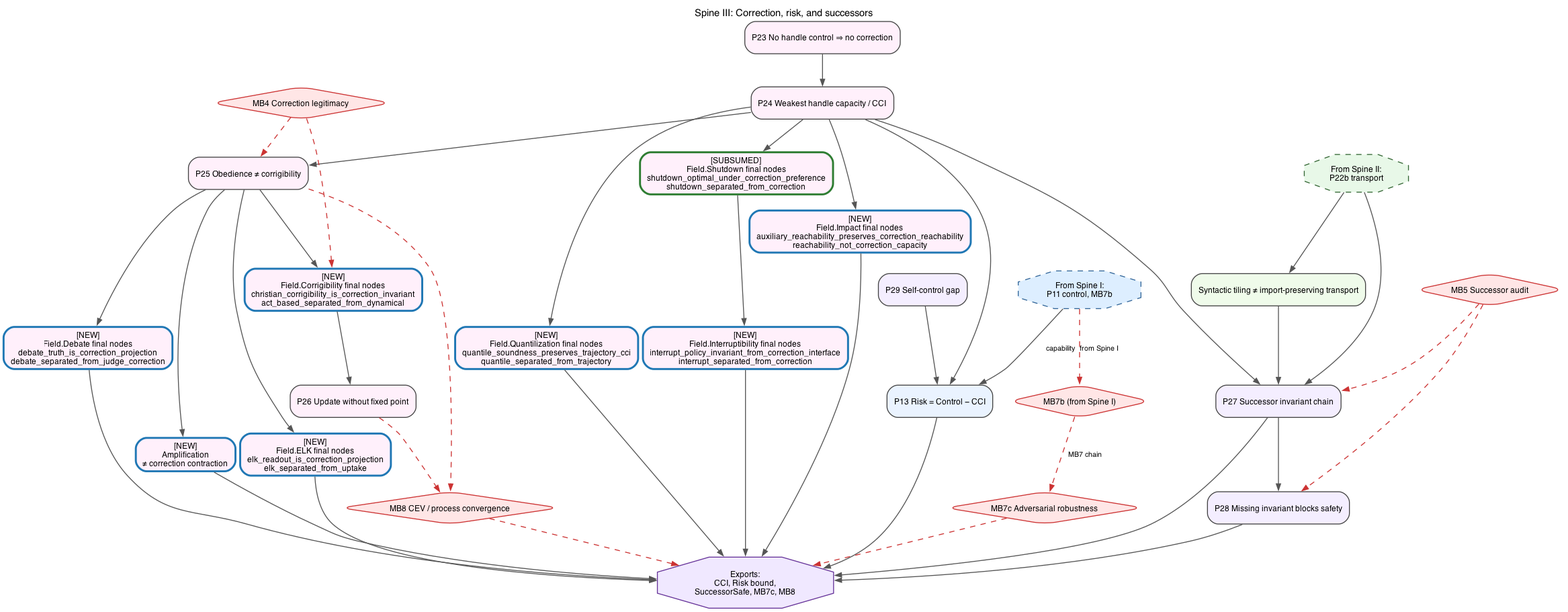
Before: figures/lean_proof/03-correction-successors.png, a diagram exported from Graphviz (GunnarZarncke/towards-asi-alignment). Its source is kept beside it as context/lean_proof_graphs/03-correction-successors.dot.
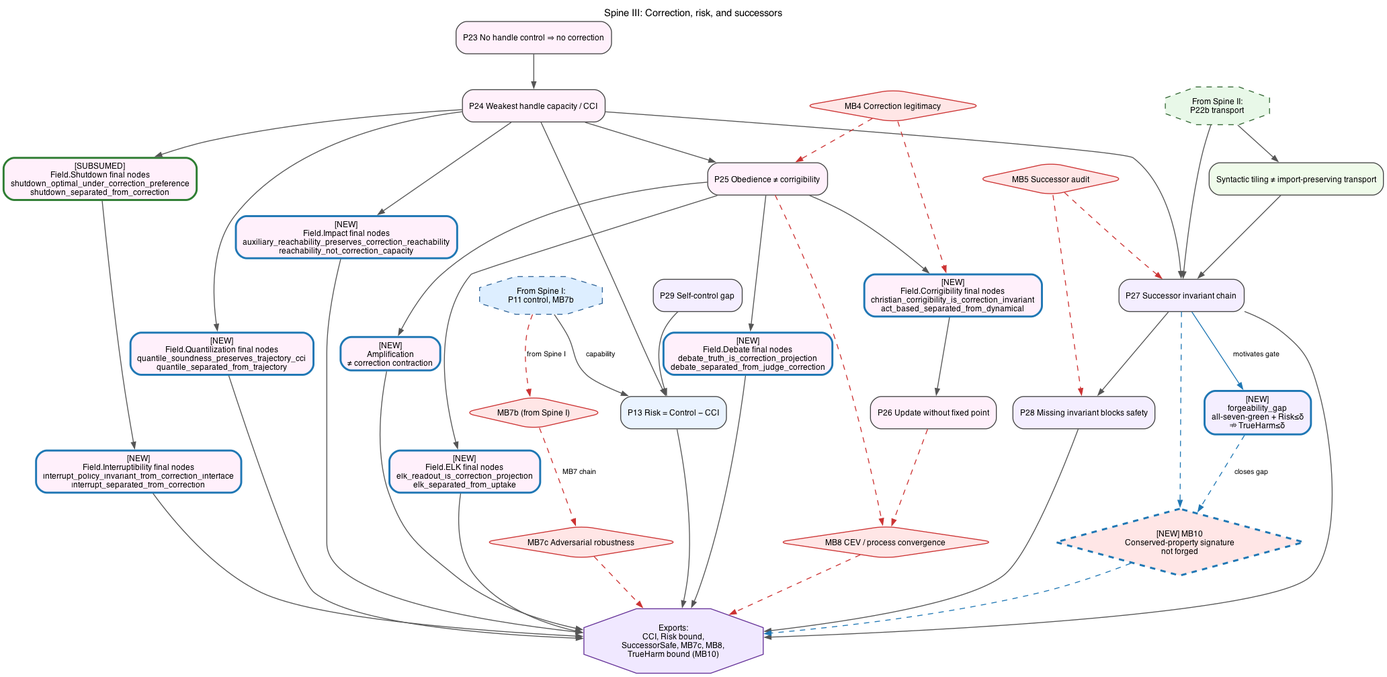
The same file after the commit.

Change to the diagram source:
```diff
@@ -29,12 +29,14 @@
   P27 [label="P27 Successor invariant chain", fillcolor="#F4EEFF"];
   P28 [label="P28 Missing invariant blocks safety", fillcolor="#F4EEFF"];
   P22T [label="Syntactic tiling ≠ import-preserving transport", fillcolor="#EFFBEA"];
+  PFORGE [label="[NEW]\nforgeability_gap\nall-seven-green + Risk≤δ\n⇏ TrueHarm≤δ", fillcolor="#F4EEFF", color="#1F77B4", penwidth=2.2];
 
   MB4 [shape=diamond, fillcolor="#FFE6E6", color="#CC3333", label="MB4 Correction legitimacy"];
   MB5 [shape=diamond, fillcolor="#FFE6E6", color="#CC3333", label="MB5 Successor audit"];
   MB7b [shape=diamond, fillcolor="#FFE6E6", color="#CC3333", label="MB7b (from Spine I)"];
   MB7c [shape=diamond, fillcolor="#FFE6E6", color="#CC3333", label="MB7c Adversarial robustness"];
   MB8 [shape=diamond, fillcolor="#FFE6E6", color="#CC3333", label="MB8 CEV / process convergence"];
+  MB10 [shape=diamond, style="filled,dashed", fillcolor="#FFE6E6", color="#1F77B4", penwidth=2.2, label="[NEW] MB10\nConserved-property signature\nnot forged"];
 
   IN_VB [shape=octagon, style="filled,dashed", fillcolor="#E8F8E8", color="#336633",
          label="From Spine II:\nP22b transport"];
@@ -42,7 +44,7 @@
           label="From Spine I:\nP11 control, MB7b"];
 
   OUT [shape=octagon, style="filled", fillcolor="#F0E8FF", color="#663399",
-       label="Exports:\nCCI, Risk bound,\nSuccessorSafe, MB7c, MB8"];
+       label="Exports:\nCCI, Risk bound,\nSuccessorSafe, MB7c, MB8,\nTrueHarm bound (MB10)"];
 
   IN_VB -> P22T -> P27;
   IN_VB -> P27;
@@ -66,6 +68,11 @@
   P25 -> MB8 [style=dashed, color="#CC3333"];
   P26 -> MB8 [style=dashed, color="#CC3333"];
 
+  P27 -> PFORGE [label="motivates gate", color="#1F77B4"];
+  PFORGE -> MB10 [style=dashed, color="#1F77B4", label="closes gap"];
+  P27 -> MB10 [style=dashed, color="#1F77B4"];
+  MB10 -> OUT [style=dashed, color="#1F77B4"];
+
   IN_BND -> MB7b [style=dashed, color="#CC3333", label="from Spine I"];
   MB7b -> MB7c [style=dashed, color="#CC3333", label="MB7 chain"];
   MB7c -> OUT [style=dashed, color="#CC3333"];
```
